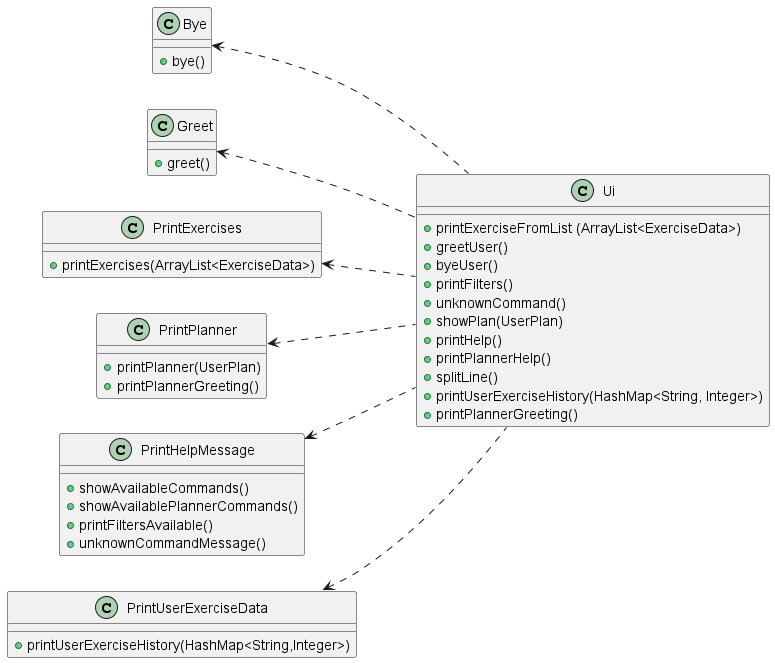
Above: docs/UML/Images/Ui.png in nus-cs2113-AY2223S2/tp (PlantUML), before the change.
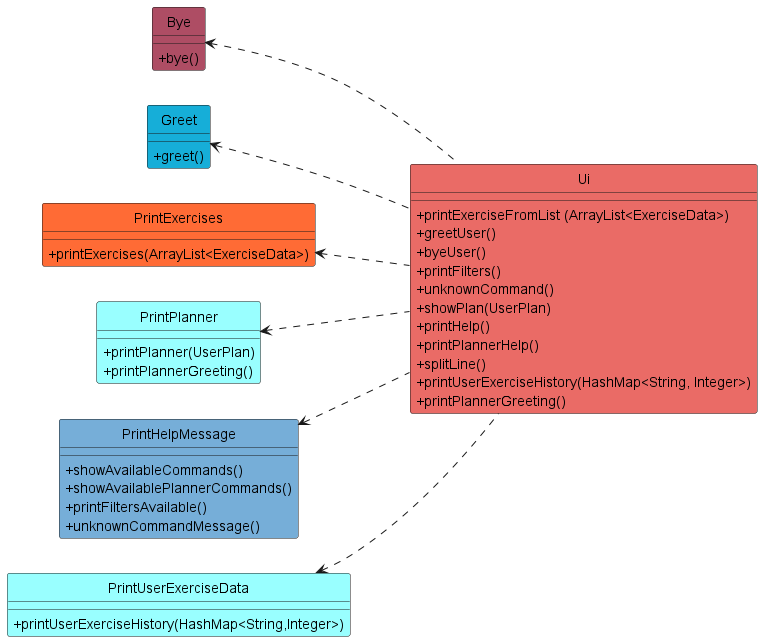
Later version of the same file.

What changed in the source:
```diff
@@ -1,34 +1,37 @@
 @startuml
+skinparam classAttributeIconSize 0
+hide circle
+!include style.puml
 
-Class Bye {
+Class Bye MAROON {
 + bye()
 }
 
-Class Greet {
+Class Greet SEA {
 + greet()
 }
 
-Class PrintExercises {
+Class PrintExercises ORANGE {
 + printExercises(ArrayList<ExerciseData>)
 }
 
-Class PrintPlanner {
+Class PrintPlanner DATA_COLOUR {
 + printPlanner(UserPlan)
 + printPlannerGreeting()
 }
 
-Class PrintHelpMessage {
+Class PrintHelpMessage LAPIS {
 + showAvailableCommands()
 + showAvailablePlannerCommands()
 + printFiltersAvailable()
 + unknownCommandMessage()
 }
 
-Class PrintUserExerciseData {
+Class PrintUserExerciseData DATA_COLOUR {
 + printUserExerciseHistory(HashMap<String,Integer>)
 }
 
-Class Ui {
+Class Ui MAIN_COLOUR {
 + printExerciseFromList (ArrayList<ExerciseData>)
 + greetUser()
 + byeUser()
```
